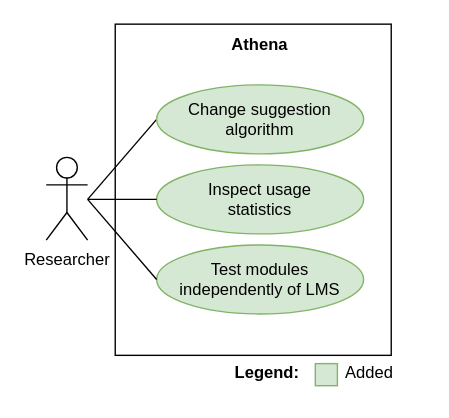
pal03377/master-thesis keeps this draw.io diagram as page "athena" (3 of 3) of figures/src/use-case.drawio. Above is the earlier version. Source tidied: cells renumbered, new cells numbered last; positions are measured from the earlier drawing's top-left corner, leaving out a move shared by most shapes. Both pictures are drawn from the tidied source at 138%, with x=0, y=0 at pixel (46, 23).
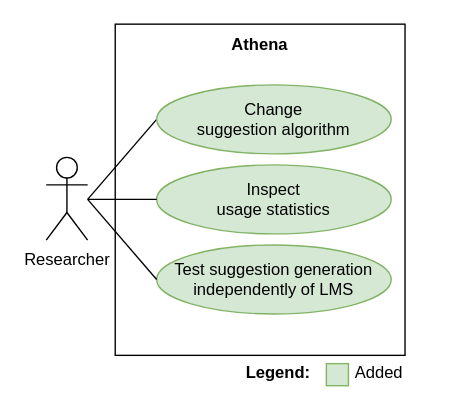
The same page after the edit.

Diff of the diagram source:
```diff
@@
 <mxGraphModel>
   <root>
     <mxCell id="0" />
     <mxCell id="1" parent="0" />
     <mxCell id="2" style="rounded=0;whiteSpace=wrap;html=1;" parent="1" vertex="1">
-      <mxGeometry x="50" width="200" height="240" as="geometry" />
+      <mxGeometry x="50" width="210" height="240" as="geometry" />
     </mxCell>
     <mxCell id="3" value="Athena" style="text;html=1;strokeColor=none;fillColor=none;align=center;verticalAlign=middle;whiteSpace=wrap;rounded=0;fontStyle=1;" parent="1" vertex="1">
       <mxGeometry x="125" width="60" height="30" as="geometry" />
     </mxCell>
     <mxCell id="4" value="Researcher" style="shape=umlActor;verticalLabelPosition=bottom;verticalAlign=top;html=1;" parent="1" vertex="1">
       <mxGeometry y="96.5" width="30" height="60" as="geometry" />
     </mxCell>
     <mxCell id="5" style="edgeStyle=none;rounded=0;jettySize=auto;html=1;exitX=0;exitY=0.5;exitDx=0;exitDy=0;endArrow=none;endFill=0;" parent="1" edge="1" source="6">
       <mxGeometry relative="1" as="geometry">
         <mxPoint x="30" y="127" as="targetPoint" />
       </mxGeometry>
     </mxCell>
-    <mxCell id="6" value="Change suggestion algorithm" style="ellipse;whiteSpace=wrap;html=1;fillColor=#d5e8d4;strokeColor=#82b366;" parent="1" vertex="1">
-      <mxGeometry x="80" y="44" width="150" height="50" as="geometry" />
+    <mxCell id="6" value="Change&lt;br&gt;suggestion algorithm" style="ellipse;whiteSpace=wrap;html=1;fillColor=#d5e8d4;strokeColor=#82b366;" parent="1" vertex="1">
+      <mxGeometry x="80" y="44" width="170" height="50" as="geometry" />
     </mxCell>
-    <mxCell id="7" value="Inspect usage&lt;br&gt;statistics" style="ellipse;whiteSpace=wrap;html=1;fillColor=#d5e8d4;strokeColor=#82b366;" parent="1" vertex="1">
-      <mxGeometry x="80" y="102" width="150" height="50" as="geometry" />
+    <mxCell id="7" value="Inspect&lt;br&gt;usage statistics" style="ellipse;whiteSpace=wrap;html=1;fillColor=#d5e8d4;strokeColor=#82b366;" parent="1" vertex="1">
+      <mxGeometry x="80" y="102" width="170" height="50" as="geometry" />
     </mxCell>
     <mxCell id="8" style="edgeStyle=none;rounded=0;jettySize=auto;html=1;exitX=0;exitY=0.5;exitDx=0;exitDy=0;endArrow=none;endFill=0;" parent="1" edge="1" source="7">
       <mxGeometry relative="1" as="geometry">
         <mxPoint x="30" y="127" as="targetPoint" />
       </mxGeometry>
     </mxCell>
-    <mxCell id="9" value="Test modules independently of LMS" style="ellipse;whiteSpace=wrap;html=1;fillColor=#d5e8d4;strokeColor=#82b366;" parent="1" vertex="1">
-      <mxGeometry x="80" y="160" width="150" height="50" as="geometry" />
+    <mxCell id="9" value="Test suggestion generation independently of LMS" style="ellipse;whiteSpace=wrap;html=1;fillColor=#d5e8d4;strokeColor=#82b366;" parent="1" vertex="1">
+      <mxGeometry x="80" y="160" width="170" height="50" as="geometry" />
     </mxCell>
     <mxCell id="10" style="edgeStyle=none;rounded=0;jettySize=auto;html=1;exitX=0;exitY=0.5;exitDx=0;exitDy=0;endArrow=none;endFill=0;" parent="1" edge="1" source="9">
       <mxGeometry relative="1" as="geometry">
         <mxPoint x="30" y="127" as="targetPoint" />
       </mxGeometry>
     </mxCell>
     <mxCell id="11" value="Legend:" style="text;html=1;strokeColor=none;fillColor=none;align=left;verticalAlign=middle;whiteSpace=wrap;rounded=0;fontStyle=1;" parent="1" vertex="1">
-      <mxGeometry x="135" y="238" width="60" height="30" as="geometry" />
+      <mxGeometry x="143" y="238" width="60" height="30" as="geometry" />
     </mxCell>
     <mxCell id="12" style="rounded=0;whiteSpace=wrap;html=1;fillColor=#d5e8d4;strokeColor=#82b366;" parent="1" vertex="1">
-      <mxGeometry x="195" y="246" width="16" height="16" as="geometry" />
+      <mxGeometry x="203" y="246" width="16" height="16" as="geometry" />
     </mxCell>
     <mxCell id="13" value="Added" style="text;html=1;strokeColor=none;fillColor=none;align=left;verticalAlign=middle;whiteSpace=wrap;rounded=0;fontStyle=0;" parent="1" vertex="1">
-      <mxGeometry x="215" y="238" width="60" height="30" as="geometry" />
+      <mxGeometry x="222" y="238" width="38" height="30" as="geometry" />
     </mxCell>
   </root>
 </mxGraphModel>
```
